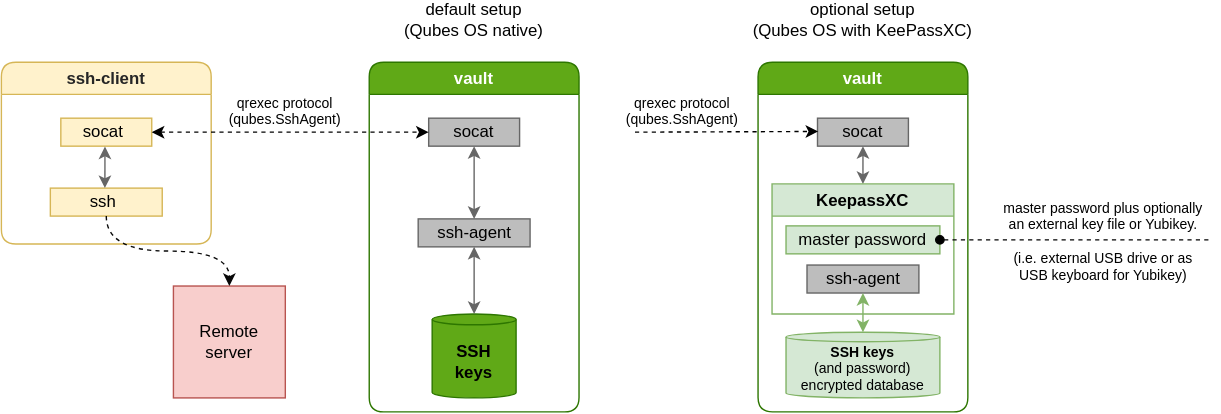
Before: split-ssh5-keepassxc.svg, a diagram exported from draw.io (ephemer4l/qubes-splitssh-diagram). Source tidied: cells renumbered, new cells last; positions are measured from the earlier drawing's top-left corner, leaving out a move shared by most shapes. Its diagram source:
```xml
<mxGraphModel background="#ffffff">
  <root>
    <mxCell id="0" />
    <mxCell id="1" parent="0" />
    <mxCell id="2" value="vault" style="swimlane;whiteSpace=wrap;html=1;rounded=1;shadow=0;glass=0;comic=0;startSize=23;swimlaneFillColor=#ffffff;fontColor=#ffffff;fillColor=#60a917;strokeColor=#2D7600;" parent="1" vertex="1">
      <mxGeometry x="541" y="40" width="150" height="250" as="geometry" />
    </mxCell>
    <mxCell id="3" style="rounded=0;whiteSpace=wrap;html=1;glass=0;comic=0;strokeWidth=1;fillColor=#BDBDBD;strokeColor=#666666;" parent="2" vertex="1">
      <mxGeometry x="42.5" y="40" width="65" height="20" as="geometry" />
    </mxCell>
    <mxCell id="4" style="endArrow=classic;startArrow=classic;html=1;strokeColor=#666666;entryX=0.5;entryY=1;entryDx=0;entryDy=0;" parent="2" edge="1" source="6" target="3">
      <mxGeometry relative="1" as="geometry" />
    </mxCell>
    <mxCell id="5" value="socat" style="text;html=1;strokeColor=none;fillColor=none;align=center;verticalAlign=middle;whiteSpace=wrap;rounded=0;glass=0;comic=0;" parent="2" vertex="1">
      <mxGeometry x="55" y="40" width="40" height="20" as="geometry" />
    </mxCell>
    <mxCell id="6" value="KeepassXC" style="swimlane;whiteSpace=wrap;html=1;rounded=0;shadow=0;glass=0;comic=0;startSize=23;swimlaneFillColor=#ffffff;fillColor=#d5e8d4;strokeColor=#82b366;" parent="2" vertex="1">
      <mxGeometry x="10" y="87" width="130" height="93" as="geometry" />
    </mxCell>
    <mxCell id="7" style="shape=cylinder3;whiteSpace=wrap;html=1;boundedLbl=1;backgroundOutline=1;size=3.4285714285715017;rounded=0;glass=0;comic=0;strokeColor=#82b366;strokeWidth=1;fillColor=#d5e8d4;" parent="6" vertex="1">
      <mxGeometry x="10" y="106" width="110" height="47" as="geometry" />
    </mxCell>
    <mxCell id="8" value="&lt;div style=&quot;font-size: 10px&quot;&gt;&lt;b&gt;&lt;font style=&quot;font-size: 10px&quot; face=&quot;Helvetica&quot;&gt;SSH keys&lt;/font&gt;&lt;/b&gt;&lt;/div&gt;&lt;div style=&quot;font-size: 10px&quot;&gt;&lt;font style=&quot;font-size: 10px&quot; face=&quot;Helvetica&quot;&gt;(and password) encrypted database&lt;br&gt;&lt;/font&gt;&lt;/div&gt;" style="text;html=1;strokeColor=none;fillColor=none;align=center;verticalAlign=middle;whiteSpace=wrap;rounded=0;glass=0;comic=0;" parent="6" vertex="1">
      <mxGeometry x="10" y="122" width="110" height="20" as="geometry" />
    </mxCell>
    <mxCell id="9" style="rounded=0;whiteSpace=wrap;html=1;glass=0;comic=0;strokeWidth=1;fillColor=#d5e8d4;strokeColor=#82b366;" parent="6" vertex="1">
      <mxGeometry x="10" y="30" width="110" height="20" as="geometry" />
    </mxCell>
    <mxCell id="10" style="rounded=0;whiteSpace=wrap;html=1;glass=0;comic=0;strokeWidth=1;fillColor=#BDBDBD;strokeColor=#666666;" parent="6" vertex="1">
      <mxGeometry x="25" y="58" width="80" height="20" as="geometry" />
    </mxCell>
    <mxCell id="11" value="&lt;div&gt;ssh-agent&lt;/div&gt;" style="text;html=1;strokeColor=none;fillColor=none;align=center;verticalAlign=middle;whiteSpace=wrap;rounded=0;glass=0;comic=0;" parent="6" vertex="1">
      <mxGeometry x="32.5" y="58" width="65" height="20" as="geometry" />
    </mxCell>
    <mxCell id="12" style="endArrow=classic;startArrow=classic;html=1;entryX=0.5;entryY=1;entryDx=0;entryDy=0;strokeColor=#82b366;fillColor=#d5e8d4;" parent="6" edge="1" source="7" target="10">
      <mxGeometry relative="1" as="geometry" />
    </mxCell>
    <mxCell id="13" value="&lt;div&gt;master password&lt;br&gt;&lt;/div&gt;" style="text;html=1;strokeColor=none;fillColor=none;align=center;verticalAlign=middle;whiteSpace=wrap;rounded=0;glass=0;comic=0;" parent="6" vertex="1">
      <mxGeometry x="15" y="30" width="100" height="20" as="geometry" />
    </mxCell>
    <mxCell id="14" style="edgeStyle=orthogonalEdgeStyle;rounded=0;jettySize=auto;html=1;startArrow=oval;startFill=1;endArrow=none;endFill=0;dashed=1;exitX=1;exitY=0.5;exitDx=0;exitDy=0;" parent="2" edge="1" source="9">
      <mxGeometry relative="1" as="geometry">
        <mxPoint x="322" y="127" as="targetPoint" />
      </mxGeometry>
    </mxCell>
    <mxCell id="15" value="vault" style="swimlane;whiteSpace=wrap;html=1;rounded=1;shadow=0;glass=0;comic=0;startSize=23;swimlaneFillColor=#ffffff;fontColor=#ffffff;fillColor=#60a917;strokeColor=#2D7600;" parent="1" vertex="1">
      <mxGeometry x="263" y="40" width="150" height="250" as="geometry" />
    </mxCell>
    <mxCell id="16" style="shape=cylinder3;whiteSpace=wrap;html=1;boundedLbl=1;backgroundOutline=1;size=3.857142857142833;rounded=0;glass=0;comic=0;strokeColor=#2D7600;strokeWidth=1;fillColor=#60a917;fontColor=#ffffff;" parent="15" vertex="1">
      <mxGeometry x="45" y="180" width="60" height="60" as="geometry" />
    </mxCell>
    <mxCell id="17" style="rounded=0;whiteSpace=wrap;html=1;glass=0;comic=0;strokeWidth=1;fillColor=#BDBDBD;strokeColor=#666666;" parent="15" vertex="1">
      <mxGeometry x="42.5" y="40" width="65" height="20" as="geometry" />
    </mxCell>
    <mxCell id="18" style="rounded=0;whiteSpace=wrap;html=1;glass=0;comic=0;strokeWidth=1;fillColor=#BDBDBD;strokeColor=#666666;" parent="15" vertex="1">
      <mxGeometry x="35" y="112" width="80" height="20" as="geometry" />
    </mxCell>
    <mxCell id="19" style="endArrow=classic;startArrow=classic;html=1;entryX=0.5;entryY=1;entryDx=0;entryDy=0;strokeColor=#666666;" parent="15" edge="1" source="16" target="18">
      <mxGeometry relative="1" as="geometry" />
    </mxCell>
    <mxCell id="20" value="&lt;div&gt;ssh-agent&lt;/div&gt;" style="text;html=1;strokeColor=none;fillColor=none;align=center;verticalAlign=middle;whiteSpace=wrap;rounded=0;glass=0;comic=0;" parent="15" vertex="1">
      <mxGeometry x="42.5" y="112" width="65" height="20" as="geometry" />
    </mxCell>
    <mxCell id="21" style="endArrow=classic;startArrow=classic;html=1;strokeColor=#666666;entryX=0.5;entryY=1;entryDx=0;entryDy=0;exitX=0.5;exitY=0;exitDx=0;exitDy=0;" parent="15" edge="1" source="20" target="17">
      <mxGeometry relative="1" as="geometry" />
    </mxCell>
    <mxCell id="22" value="&lt;div&gt;&lt;b&gt;SSH keys&lt;/b&gt;&lt;/div&gt;" style="text;html=1;strokeColor=none;fillColor=none;align=center;verticalAlign=middle;whiteSpace=wrap;rounded=0;glass=0;comic=0;" parent="15" vertex="1">
      <mxGeometry x="50" y="204" width="50" height="20" as="geometry" />
    </mxCell>
    <mxCell id="23" value="socat" style="text;html=1;strokeColor=none;fillColor=none;align=center;verticalAlign=middle;whiteSpace=wrap;rounded=0;glass=0;comic=0;" parent="15" vertex="1">
      <mxGeometry x="55" y="40" width="40" height="20" as="geometry" />
    </mxCell>
    <mxCell id="24" style="endArrow=classic;startArrow=none;html=1;entryX=0;entryY=0.5;entryDx=0;entryDy=0;dashed=1;startFill=0;" parent="15" edge="1">
      <mxGeometry relative="1" as="geometry">
        <mxPoint x="190" y="50" as="sourcePoint" />
        <mxPoint x="321" y="49.5" as="targetPoint" />
      </mxGeometry>
    </mxCell>
    <mxCell id="25" value="&lt;font color=&quot;#262626&quot;&gt;ssh-client&lt;/font&gt;" style="swimlane;whiteSpace=wrap;html=1;rounded=1;shadow=0;glass=0;comic=0;strokeColor=#d6b656;fillColor=#fff2cc;startSize=23;swimlaneFillColor=#ffffff;" parent="1" vertex="1">
      <mxGeometry y="40" width="150" height="130" as="geometry" />
    </mxCell>
    <mxCell id="26" style="rounded=0;whiteSpace=wrap;html=1;glass=0;comic=0;strokeWidth=1;fillColor=#fff2cc;strokeColor=#d6b656;" parent="25" vertex="1">
      <mxGeometry x="42.5" y="40" width="65" height="20" as="geometry" />
    </mxCell>
    <mxCell id="27" value="socat" style="text;html=1;align=center;verticalAlign=middle;whiteSpace=wrap;rounded=0;glass=0;comic=0;" parent="25" vertex="1">
      <mxGeometry x="42.5" y="40" width="60" height="20" as="geometry" />
    </mxCell>
    <mxCell id="28" style="rounded=0;whiteSpace=wrap;html=1;glass=0;comic=0;strokeWidth=1;fillColor=#fff2cc;strokeColor=#d6b656;" parent="25" vertex="1">
      <mxGeometry x="35" y="90" width="80" height="20" as="geometry" />
    </mxCell>
    <mxCell id="29" style="endArrow=classic;startArrow=classic;html=1;strokeColor=#666666;entryX=0.526;entryY=1.015;entryDx=0;entryDy=0;entryPerimeter=0;" parent="25" edge="1" target="27">
      <mxGeometry relative="1" as="geometry">
        <mxPoint x="74" y="90" as="sourcePoint" />
      </mxGeometry>
    </mxCell>
    <mxCell id="30" value="ssh" style="text;html=1;strokeColor=none;fillColor=none;align=center;verticalAlign=middle;whiteSpace=wrap;rounded=0;" parent="25" vertex="1">
      <mxGeometry x="52.5" y="90" width="40" height="20" as="geometry" />
    </mxCell>
    <mxCell id="31" value="&lt;div style=&quot;font-size: 10px&quot;&gt;&lt;font style=&quot;font-size: 10px&quot;&gt;qrexec protocol&lt;/font&gt;&lt;/div&gt;&lt;div style=&quot;font-size: 10px&quot;&gt;&lt;font style=&quot;font-size: 10px&quot;&gt;(qubes.SshAgent)&lt;br&gt;&lt;/font&gt;&lt;/div&gt;" style="text;html=1;strokeColor=none;fillColor=none;align=center;verticalAlign=middle;whiteSpace=wrap;rounded=0;glass=0;comic=0;" parent="1" vertex="1">
      <mxGeometry x="183" y="70" width="40" height="10" as="geometry" />
    </mxCell>
    <mxCell id="32" style="whiteSpace=wrap;html=1;rounded=0;glass=0;comic=0;strokeColor=#b85450;strokeWidth=1;fillColor=#f8cecc;" parent="1" vertex="1">
      <mxGeometry x="123" y="200" width="80" height="80" as="geometry" />
    </mxCell>
    <mxCell id="33" style="endArrow=classic;startArrow=classic;html=1;entryX=0;entryY=0.5;entryDx=0;entryDy=0;dashed=1;exitX=1;exitY=0.5;exitDx=0;exitDy=0;" parent="1" edge="1" source="26" target="17">
      <mxGeometry relative="1" as="geometry" />
    </mxCell>
    <mxCell id="34" value="Remote server" style="text;html=1;strokeColor=none;fillColor=none;align=center;verticalAlign=middle;whiteSpace=wrap;rounded=0;glass=0;comic=0;" parent="1" vertex="1">
      <mxGeometry x="143" y="230" width="40" height="20" as="geometry" />
    </mxCell>
    <mxCell id="35" style="edgeStyle=orthogonalEdgeStyle;rounded=0;jettySize=auto;html=1;entryX=0.5;entryY=0;entryDx=0;entryDy=0;strokeColor=#080808;curved=1;dashed=1;exitX=0.5;exitY=1;exitDx=0;exitDy=0;" parent="1" edge="1" source="28" target="32">
      <mxGeometry relative="1" as="geometry" />
    </mxCell>
    <mxCell id="36" value="&lt;div&gt;default setup&lt;/div&gt;&lt;div&gt;(Qubes OS native)&lt;/div&gt;" style="text;html=1;strokeColor=none;fillColor=none;align=center;verticalAlign=middle;whiteSpace=wrap;rounded=0;" parent="1" vertex="1">
      <mxGeometry x="278" width="120" height="20" as="geometry" />
    </mxCell>
    <mxCell id="37" value="optional setup&lt;div&gt;(Qubes OS with KeePassXC)&lt;/div&gt;" style="text;html=1;strokeColor=none;fillColor=none;align=center;verticalAlign=middle;whiteSpace=wrap;rounded=0;" parent="1" vertex="1">
      <mxGeometry x="531" width="170" height="20" as="geometry" />
    </mxCell>
    <mxCell id="38" value="&lt;div style=&quot;font-size: 10px&quot;&gt;&lt;font style=&quot;font-size: 10px&quot;&gt;qrexec protocol&lt;/font&gt;&lt;/div&gt;&lt;div style=&quot;font-size: 10px&quot;&gt;&lt;font style=&quot;font-size: 10px&quot;&gt;(qubes.SshAgent)&lt;br&gt;&lt;/font&gt;&lt;/div&gt;" style="text;html=1;strokeColor=none;fillColor=none;align=center;verticalAlign=middle;whiteSpace=wrap;rounded=0;glass=0;comic=0;" parent="1" vertex="1">
      <mxGeometry x="467" y="70" width="40" height="10" as="geometry" />
    </mxCell>
    <mxCell id="39" value="&lt;div style=&quot;font-size: 10px&quot;&gt;&lt;font style=&quot;font-size: 10px&quot; face=&quot;Helvetica&quot;&gt;master password plus optionally an external key file or Yubikey.&lt;br&gt;&lt;/font&gt;&lt;/div&gt;&lt;div style=&quot;font-size: 10px&quot;&gt;&lt;font style=&quot;font-size: 10px&quot; face=&quot;Helvetica&quot;&gt;&lt;br&gt;&lt;/font&gt;&lt;/div&gt;&lt;div style=&quot;font-size: 10px&quot;&gt;&lt;font style=&quot;font-size: 10px&quot; face=&quot;Helvetica&quot;&gt;(i.e. external USB drive or as USB keyboard for Yubikey) &lt;br&gt;&lt;/font&gt;&lt;/div&gt;" style="text;html=1;strokeColor=none;fillColor=none;align=center;verticalAlign=middle;whiteSpace=wrap;rounded=0;" parent="1" vertex="1">
      <mxGeometry x="712" y="135" width="152" height="65.5" as="geometry" />
    </mxCell>
  </root>
</mxGraphModel>
```
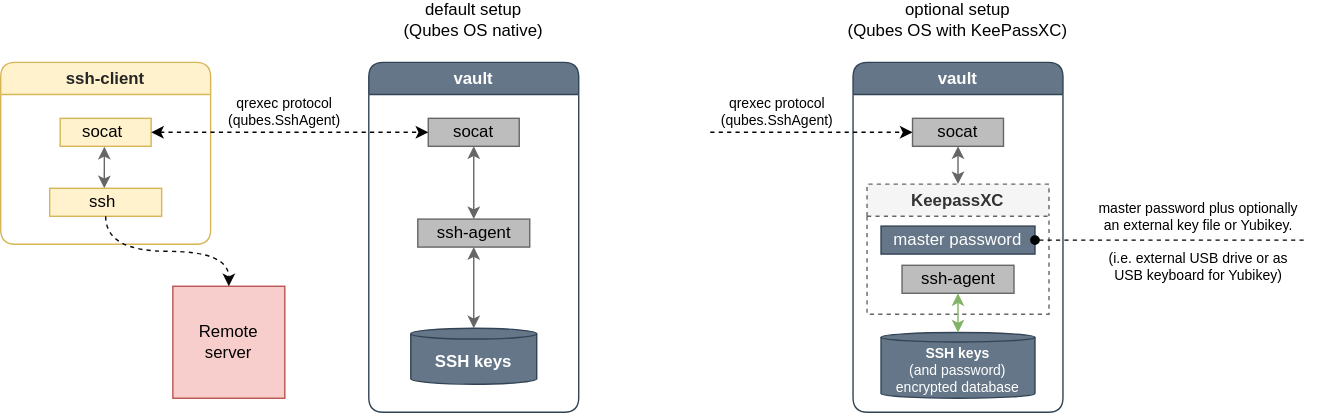
After the change.

Diff of the diagram source:
```diff
@@ -2,8 +2,8 @@
   <root>
     <mxCell id="0" />
     <mxCell id="1" parent="0" />
-    <mxCell id="2" value="vault" style="swimlane;whiteSpace=wrap;html=1;rounded=1;shadow=0;glass=0;comic=0;startSize=23;swimlaneFillColor=#ffffff;fontColor=#ffffff;fillColor=#60a917;strokeColor=#2D7600;" parent="1" vertex="1">
-      <mxGeometry x="541" y="40" width="150" height="250" as="geometry" />
+    <mxCell id="2" value="vault" style="swimlane;whiteSpace=wrap;html=1;rounded=1;shadow=0;glass=0;comic=0;startSize=23;swimlaneFillColor=#ffffff;fontColor=#ffffff;fillColor=#647687;strokeColor=#314354;" parent="1" vertex="1">
+      <mxGeometry x="609" y="40" width="150" height="250" as="geometry" />
     </mxCell>
     <mxCell id="3" style="rounded=0;whiteSpace=wrap;html=1;glass=0;comic=0;strokeWidth=1;fillColor=#BDBDBD;strokeColor=#666666;" parent="2" vertex="1">
       <mxGeometry x="42.5" y="40" width="65" height="20" as="geometry" />
@@ -14,18 +14,15 @@
     <mxCell id="5" value="socat" style="text;html=1;strokeColor=none;fillColor=none;align=center;verticalAlign=middle;whiteSpace=wrap;rounded=0;glass=0;comic=0;" parent="2" vertex="1">
       <mxGeometry x="55" y="40" width="40" height="20" as="geometry" />
     </mxCell>
-    <mxCell id="6" value="KeepassXC" style="swimlane;whiteSpace=wrap;html=1;rounded=0;shadow=0;glass=0;comic=0;startSize=23;swimlaneFillColor=#ffffff;fillColor=#d5e8d4;strokeColor=#82b366;" parent="2" vertex="1">
+    <mxCell id="6" value="KeepassXC" style="swimlane;whiteSpace=wrap;html=1;rounded=0;shadow=0;glass=0;comic=0;startSize=23;swimlaneFillColor=#ffffff;fillColor=#f5f5f5;strokeColor=#666666;dashed=1;fontColor=#333333;" parent="2" vertex="1">
       <mxGeometry x="10" y="87" width="130" height="93" as="geometry" />
     </mxCell>
-    <mxCell id="7" style="shape=cylinder3;whiteSpace=wrap;html=1;boundedLbl=1;backgroundOutline=1;size=3.4285714285715017;rounded=0;glass=0;comic=0;strokeColor=#82b366;strokeWidth=1;fillColor=#d5e8d4;" parent="6" vertex="1">
+    <mxCell id="7" style="shape=cylinder3;whiteSpace=wrap;html=1;boundedLbl=1;backgroundOutline=1;size=3.4285714285715017;rounded=0;glass=0;comic=0;strokeColor=#314354;strokeWidth=1;fillColor=#647687;fontColor=#ffffff;" parent="6" vertex="1">
       <mxGeometry x="10" y="106" width="110" height="47" as="geometry" />
     </mxCell>
-    <mxCell id="8" value="&lt;div style=&quot;font-size: 10px&quot;&gt;&lt;b&gt;&lt;font style=&quot;font-size: 10px&quot; face=&quot;Helvetica&quot;&gt;SSH keys&lt;/font&gt;&lt;/b&gt;&lt;/div&gt;&lt;div style=&quot;font-size: 10px&quot;&gt;&lt;font style=&quot;font-size: 10px&quot; face=&quot;Helvetica&quot;&gt;(and password) encrypted database&lt;br&gt;&lt;/font&gt;&lt;/div&gt;" style="text;html=1;strokeColor=none;fillColor=none;align=center;verticalAlign=middle;whiteSpace=wrap;rounded=0;glass=0;comic=0;" parent="6" vertex="1">
-      <mxGeometry x="10" y="122" width="110" height="20" as="geometry" />
+    <mxCell id="8" value="&lt;div style=&quot;font-size: 10px&quot;&gt;&lt;b&gt;&lt;font style=&quot;font-size: 10px&quot; face=&quot;Helvetica&quot;&gt;SSH keys&lt;/font&gt;&lt;/b&gt;&lt;/div&gt;&lt;div style=&quot;font-size: 10px&quot;&gt;&lt;font style=&quot;font-size: 10px&quot; face=&quot;Helvetica&quot;&gt;(and password) encrypted database&lt;br&gt;&lt;/font&gt;&lt;/div&gt;" style="text;html=1;strokeColor=none;fillColor=none;align=center;verticalAlign=middle;whiteSpace=wrap;rounded=0;glass=0;comic=0;fontColor=#FFFFFF;" parent="6" vertex="1">
+      <mxGeometry x="10" y="123" width="110" height="20" as="geometry" />
     </mxCell>
-    <mxCell id="9" style="rounded=0;whiteSpace=wrap;html=1;glass=0;comic=0;strokeWidth=1;fillColor=#d5e8d4;strokeColor=#82b366;" parent="6" vertex="1">
-      <mxGeometry x="10" y="30" width="110" height="20" as="geometry" />
-    </mxCell>
     <mxCell id="10" style="rounded=0;whiteSpace=wrap;html=1;glass=0;comic=0;strokeWidth=1;fillColor=#BDBDBD;strokeColor=#666666;" parent="6" vertex="1">
       <mxGeometry x="25" y="58" width="80" height="20" as="geometry" />
     </mxCell>
@@ -35,19 +32,20 @@
     <mxCell id="12" style="endArrow=classic;startArrow=classic;html=1;entryX=0.5;entryY=1;entryDx=0;entryDy=0;strokeColor=#82b366;fillColor=#d5e8d4;" parent="6" edge="1" source="7" target="10">
       <mxGeometry relative="1" as="geometry" />
     </mxCell>
-    <mxCell id="13" value="&lt;div&gt;master password&lt;br&gt;&lt;/div&gt;" style="text;html=1;strokeColor=none;fillColor=none;align=center;verticalAlign=middle;whiteSpace=wrap;rounded=0;glass=0;comic=0;" parent="6" vertex="1">
-      <mxGeometry x="15" y="30" width="100" height="20" as="geometry" />
+    <mxCell id="13" value="&lt;div&gt;master password&lt;br&gt;&lt;/div&gt;" style="text;html=1;strokeColor=#314354;fillColor=#647687;align=center;verticalAlign=middle;whiteSpace=wrap;rounded=0;glass=0;comic=0;fontColor=#ffffff;" parent="6" vertex="1">
+      <mxGeometry x="10" y="30" width="110" height="20" as="geometry" />
     </mxCell>
-    <mxCell id="14" style="edgeStyle=orthogonalEdgeStyle;rounded=0;jettySize=auto;html=1;startArrow=oval;startFill=1;endArrow=none;endFill=0;dashed=1;exitX=1;exitY=0.5;exitDx=0;exitDy=0;" parent="2" edge="1" source="9">
+    <mxCell id="14" style="edgeStyle=orthogonalEdgeStyle;rounded=0;orthogonalLoop=1;jettySize=auto;html=1;startArrow=oval;startFill=1;endArrow=none;endFill=0;dashed=1;exitX=1;exitY=0.5;exitDx=0;exitDy=0;" parent="2" edge="1">
       <mxGeometry relative="1" as="geometry">
+        <mxPoint x="130" y="127" as="sourcePoint" />
         <mxPoint x="322" y="127" as="targetPoint" />
       </mxGeometry>
     </mxCell>
-    <mxCell id="15" value="vault" style="swimlane;whiteSpace=wrap;html=1;rounded=1;shadow=0;glass=0;comic=0;startSize=23;swimlaneFillColor=#ffffff;fontColor=#ffffff;fillColor=#60a917;strokeColor=#2D7600;" parent="1" vertex="1">
+    <mxCell id="15" value="vault" style="swimlane;whiteSpace=wrap;html=1;rounded=1;shadow=0;glass=0;comic=0;startSize=23;swimlaneFillColor=#ffffff;fontColor=#ffffff;fillColor=#647687;strokeColor=#314354;" parent="1" vertex="1">
       <mxGeometry x="263" y="40" width="150" height="250" as="geometry" />
     </mxCell>
-    <mxCell id="16" style="shape=cylinder3;whiteSpace=wrap;html=1;boundedLbl=1;backgroundOutline=1;size=3.857142857142833;rounded=0;glass=0;comic=0;strokeColor=#2D7600;strokeWidth=1;fillColor=#60a917;fontColor=#ffffff;" parent="15" vertex="1">
-      <mxGeometry x="45" y="180" width="60" height="60" as="geometry" />
+    <mxCell id="16" style="shape=cylinder3;whiteSpace=wrap;html=1;boundedLbl=1;backgroundOutline=1;size=3.857142857142833;rounded=0;glass=0;comic=0;strokeColor=#314354;strokeWidth=1;fillColor=#647687;fontColor=#ffffff;" parent="15" vertex="1">
+      <mxGeometry x="30" y="190" width="90" height="40" as="geometry" />
     </mxCell>
     <mxCell id="17" style="rounded=0;whiteSpace=wrap;html=1;glass=0;comic=0;strokeWidth=1;fillColor=#BDBDBD;strokeColor=#666666;" parent="15" vertex="1">
       <mxGeometry x="42.5" y="40" width="65" height="20" as="geometry" />
@@ -64,16 +62,15 @@
     <mxCell id="21" style="endArrow=classic;startArrow=classic;html=1;strokeColor=#666666;entryX=0.5;entryY=1;entryDx=0;entryDy=0;exitX=0.5;exitY=0;exitDx=0;exitDy=0;" parent="15" edge="1" source="20" target="17">
       <mxGeometry relative="1" as="geometry" />
     </mxCell>
-    <mxCell id="22" value="&lt;div&gt;&lt;b&gt;SSH keys&lt;/b&gt;&lt;/div&gt;" style="text;html=1;strokeColor=none;fillColor=none;align=center;verticalAlign=middle;whiteSpace=wrap;rounded=0;glass=0;comic=0;" parent="15" vertex="1">
-      <mxGeometry x="50" y="204" width="50" height="20" as="geometry" />
+    <mxCell id="22" value="&lt;div&gt;&lt;b&gt;SSH keys&lt;/b&gt;&lt;/div&gt;" style="text;html=1;strokeColor=none;fillColor=none;align=center;verticalAlign=middle;whiteSpace=wrap;rounded=0;glass=0;comic=0;fontColor=#FFFFFF;" parent="15" vertex="1">
+      <mxGeometry x="40" y="204" width="70" height="20" as="geometry" />
     </mxCell>
     <mxCell id="23" value="socat" style="text;html=1;strokeColor=none;fillColor=none;align=center;verticalAlign=middle;whiteSpace=wrap;rounded=0;glass=0;comic=0;" parent="15" vertex="1">
       <mxGeometry x="55" y="40" width="40" height="20" as="geometry" />
     </mxCell>
-    <mxCell id="24" style="endArrow=classic;startArrow=none;html=1;entryX=0;entryY=0.5;entryDx=0;entryDy=0;dashed=1;startFill=0;" parent="15" edge="1">
+    <mxCell id="24" style="endArrow=classic;startArrow=none;html=1;entryX=0;entryY=0.5;entryDx=0;entryDy=0;dashed=1;startFill=0;" parent="15" edge="1" target="3">
       <mxGeometry relative="1" as="geometry">
-        <mxPoint x="190" y="50" as="sourcePoint" />
-        <mxPoint x="321" y="49.5" as="targetPoint" />
+        <mxPoint x="244" y="50" as="sourcePoint" />
       </mxGeometry>
     </mxCell>
     <mxCell id="25" value="&lt;font color=&quot;#262626&quot;&gt;ssh-client&lt;/font&gt;" style="swimlane;whiteSpace=wrap;html=1;rounded=1;shadow=0;glass=0;comic=0;strokeColor=#d6b656;fillColor=#fff2cc;startSize=23;swimlaneFillColor=#ffffff;" parent="1" vertex="1">
@@ -115,13 +112,13 @@
       <mxGeometry x="278" width="120" height="20" as="geometry" />
     </mxCell>
     <mxCell id="37" value="optional setup&lt;div&gt;(Qubes OS with KeePassXC)&lt;/div&gt;" style="text;html=1;strokeColor=none;fillColor=none;align=center;verticalAlign=middle;whiteSpace=wrap;rounded=0;" parent="1" vertex="1">
-      <mxGeometry x="531" width="170" height="20" as="geometry" />
+      <mxGeometry x="599" width="170" height="20" as="geometry" />
     </mxCell>
     <mxCell id="38" value="&lt;div style=&quot;font-size: 10px&quot;&gt;&lt;font style=&quot;font-size: 10px&quot;&gt;qrexec protocol&lt;/font&gt;&lt;/div&gt;&lt;div style=&quot;font-size: 10px&quot;&gt;&lt;font style=&quot;font-size: 10px&quot;&gt;(qubes.SshAgent)&lt;br&gt;&lt;/font&gt;&lt;/div&gt;" style="text;html=1;strokeColor=none;fillColor=none;align=center;verticalAlign=middle;whiteSpace=wrap;rounded=0;glass=0;comic=0;" parent="1" vertex="1">
-      <mxGeometry x="467" y="70" width="40" height="10" as="geometry" />
+      <mxGeometry x="535" y="70" width="40" height="10" as="geometry" />
     </mxCell>
     <mxCell id="39" value="&lt;div style=&quot;font-size: 10px&quot;&gt;&lt;font style=&quot;font-size: 10px&quot; face=&quot;Helvetica&quot;&gt;master password plus optionally an external key file or Yubikey.&lt;br&gt;&lt;/font&gt;&lt;/div&gt;&lt;div style=&quot;font-size: 10px&quot;&gt;&lt;font style=&quot;font-size: 10px&quot; face=&quot;Helvetica&quot;&gt;&lt;br&gt;&lt;/font&gt;&lt;/div&gt;&lt;div style=&quot;font-size: 10px&quot;&gt;&lt;font style=&quot;font-size: 10px&quot; face=&quot;Helvetica&quot;&gt;(i.e. external USB drive or as USB keyboard for Yubikey) &lt;br&gt;&lt;/font&gt;&lt;/div&gt;" style="text;html=1;strokeColor=none;fillColor=none;align=center;verticalAlign=middle;whiteSpace=wrap;rounded=0;" parent="1" vertex="1">
-      <mxGeometry x="712" y="135" width="152" height="65.5" as="geometry" />
+      <mxGeometry x="780" y="135" width="152" height="65.5" as="geometry" />
     </mxCell>
   </root>
 </mxGraphModel>
```
